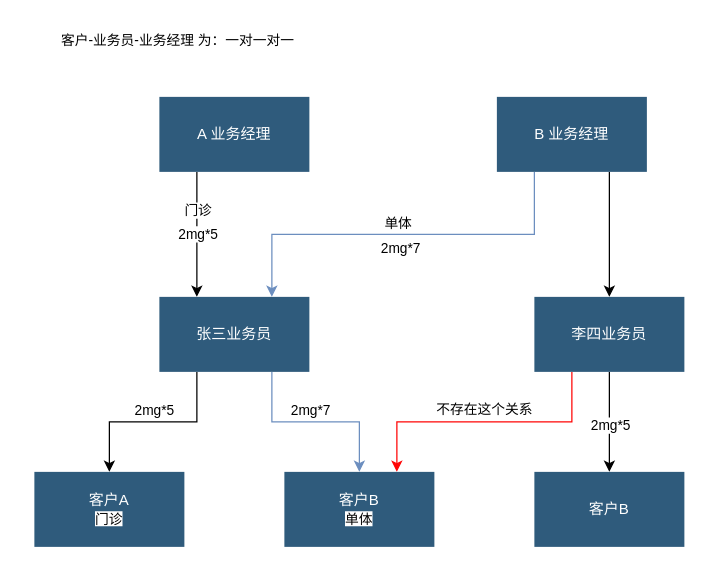
The draw.io diagram 流向系统绩效.drawio in xiaoming728/draw, before the edit. Source tidied: cells renumbered, new cells numbered last; positions are measured from the earlier drawing's top-left corner, leaving out a move shared by most shapes. Both pictures are drawn from the tidied source at 125%, with x=0, y=0 at pixel (21, 21).
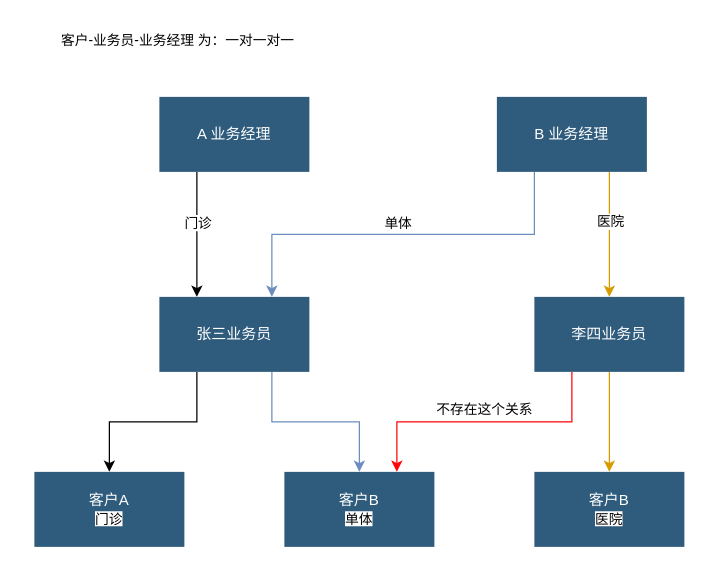
The same diagram, later.

Commit message (it also covers changes not shown here):
更新流向系统绩效.drawio

Unchanged cells that the change refers to:
```xml
<mxCell id="2" style="edgeStyle=orthogonalEdgeStyle;rounded=0;jettySize=auto;html=1;exitX=0.25;exitY=1;exitDx=0;exitDy=0;entryX=0.25;entryY=0;entryDx=0;entryDy=0;" parent="1" edge="1" source="5" target="15">
  <mxGeometry relative="1" as="geometry" />
</mxCell>
<mxCell id="6" style="edgeStyle=orthogonalEdgeStyle;rounded=0;jettySize=auto;html=1;exitX=0.25;exitY=1;exitDx=0;exitDy=0;entryX=0.75;entryY=0;entryDx=0;entryDy=0;fillColor=#dae8fc;strokeColor=#6c8ebf;" parent="1" edge="1" source="10" target="15">
  <mxGeometry relative="1" as="geometry" />
</mxCell>
<mxCell id="10" value="B 业务经理" style="whiteSpace=wrap;shadow=0;fontColor=#FFFFFF;fontFamily=Helvetica;fontStyle=0;html=1;fontSize=12;plain-purple;strokeColor=none;fillColor=#2f5b7c;gradientColor=none;spacing=6;verticalAlign=middle;" parent="1" vertex="1">
  <mxGeometry x="380" y="60" width="120" height="60" as="geometry" />
</mxCell>
<mxCell id="11" style="edgeStyle=orthogonalEdgeStyle;rounded=0;jettySize=auto;html=1;exitX=0.25;exitY=1;exitDx=0;exitDy=0;" parent="1" edge="1" source="15" target="20">
  <mxGeometry relative="1" as="geometry" />
</mxCell>
<mxCell id="13" style="edgeStyle=orthogonalEdgeStyle;rounded=0;jettySize=auto;html=1;exitX=0.75;exitY=1;exitDx=0;exitDy=0;entryX=0.5;entryY=0;entryDx=0;entryDy=0;fillColor=#dae8fc;strokeColor=#6c8ebf;" parent="1" edge="1" source="15" target="22">
  <mxGeometry relative="1" as="geometry" />
</mxCell>
<mxCell id="19" value="李四业务员" style="whiteSpace=wrap;shadow=0;fontColor=#FFFFFF;fontFamily=Helvetica;fontStyle=0;html=1;fontSize=12;plain-purple;strokeColor=none;fillColor=#2f5b7c;gradientColor=none;spacing=6;verticalAlign=middle;" parent="1" vertex="1">
  <mxGeometry x="410" y="220" width="120" height="60" as="geometry" />
</mxCell>
```

The edit, as a diff of the source:
```diff
@@
     <mxCell id="3" value="门诊" style="edgeLabel;html=1;align=center;verticalAlign=middle;" parent="2" vertex="1">
       <mxGeometry x="-0.42" y="2" relative="1" as="geometry">
-        <mxPoint x="-2" y="1" as="offset" />
+        <mxPoint x="-2" y="11" as="offset" />
       </mxGeometry>
     </mxCell>
-    <mxCell id="4" value="2mg*5" style="edgeLabel;html=1;align=center;verticalAlign=middle;" parent="2" vertex="1">
-      <mxGeometry x="-0.02" relative="1" as="geometry" />
-    </mxCell>
@@
-    <mxCell id="8" value="2mg*7" style="edgeLabel;html=1;align=center;verticalAlign=middle;" parent="6" vertex="1">
-      <mxGeometry x="0.02" relative="1" as="geometry">
-        <mxPoint y="10" as="offset" />
-      </mxGeometry>
-    </mxCell>
-    <mxCell id="9" style="edgeStyle=orthogonalEdgeStyle;rounded=0;jettySize=auto;html=1;exitX=0.75;exitY=1;exitDx=0;exitDy=0;" parent="1" edge="1" source="10" target="19">
+    <mxCell id="9" style="edgeStyle=orthogonalEdgeStyle;rounded=0;jettySize=auto;html=1;exitX=0.75;exitY=1;exitDx=0;exitDy=0;fillColor=#ffe6cc;strokeColor=#d79b00;" parent="1" edge="1" source="10" target="19">
       <mxGeometry relative="1" as="geometry" />
     </mxCell>
+    <mxCell id="24" value="医院" style="edgeLabel;html=1;align=center;verticalAlign=middle;" parent="9" vertex="1">
+      <mxGeometry x="-0.22" relative="1" as="geometry" />
+    </mxCell>
@@
-    <mxCell id="12" value="2mg*5" style="edgeLabel;html=1;align=center;verticalAlign=middle;" parent="11" vertex="1">
-      <mxGeometry relative="1" as="geometry">
-        <mxPoint y="-10" as="offset" />
-      </mxGeometry>
-    </mxCell>
@@
-    <mxCell id="14" value="2mg*7" style="edgeLabel;html=1;align=center;verticalAlign=middle;" parent="13" vertex="1">
-      <mxGeometry x="-0.11" y="2" relative="1" as="geometry">
-        <mxPoint x="3" y="-8" as="offset" />
-      </mxGeometry>
-    </mxCell>
@@
-    <mxCell id="16" style="edgeStyle=orthogonalEdgeStyle;rounded=0;jettySize=auto;html=1;exitX=0.5;exitY=1;exitDx=0;exitDy=0;entryX=0.5;entryY=0;entryDx=0;entryDy=0;" parent="1" edge="1" source="19" target="21">
+    <mxCell id="16" style="edgeStyle=orthogonalEdgeStyle;rounded=0;jettySize=auto;html=1;exitX=0.5;exitY=1;exitDx=0;exitDy=0;entryX=0.5;entryY=0;entryDx=0;entryDy=0;fillColor=#ffe6cc;strokeColor=#d79b00;" parent="1" edge="1" source="19" target="21">
       <mxGeometry relative="1" as="geometry" />
     </mxCell>
-    <mxCell id="17" value="2mg*5" style="edgeLabel;html=1;align=center;verticalAlign=middle;" parent="16" vertex="1">
-      <mxGeometry x="0.05" y="2" relative="1" as="geometry">
-        <mxPoint x="-2" as="offset" />
-      </mxGeometry>
-    </mxCell>
@@
-    <mxCell id="21" value="客户B" style="whiteSpace=wrap;html=1;fillColor=#2f5b7c;strokeColor=none;fontColor=#FFFFFF;shadow=0;fontStyle=0;gradientColor=none;spacing=6;" parent="1" vertex="1">
+    <mxCell id="21" value="客户B&lt;div&gt;&lt;font color=&quot;#000000&quot;&gt;&lt;span style=&quot;font-size: 11px; text-wrap-mode: nowrap; background-color: rgb(255, 255, 255);&quot;&gt;医院&lt;/span&gt;&lt;/font&gt;&lt;/div&gt;" style="whiteSpace=wrap;html=1;fillColor=#2f5b7c;strokeColor=none;fontColor=#FFFFFF;shadow=0;fontStyle=0;gradientColor=none;spacing=6;" parent="1" vertex="1">
       <mxGeometry x="410" y="360" width="120" height="60" as="geometry" />
     </mxCell>
```
